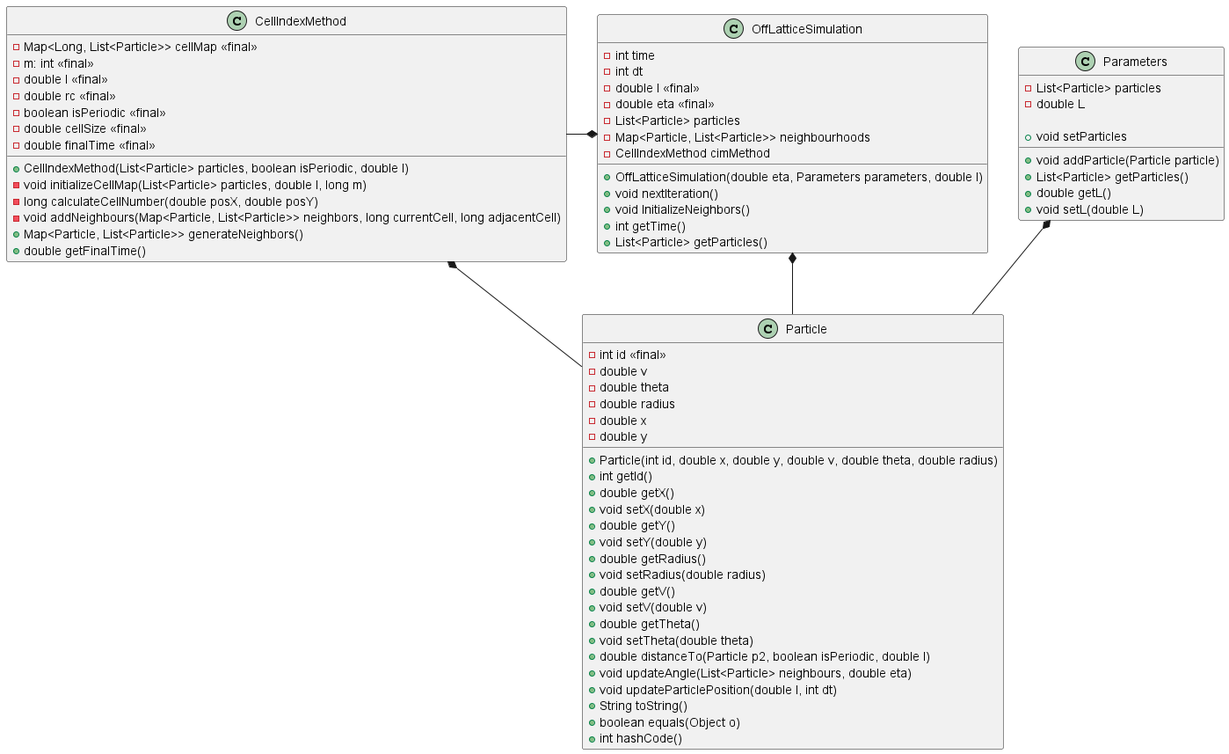
Before: TP2/docs/UML/main.png, a diagram exported from PlantUML (lucasfleischer07/TPs-SS).
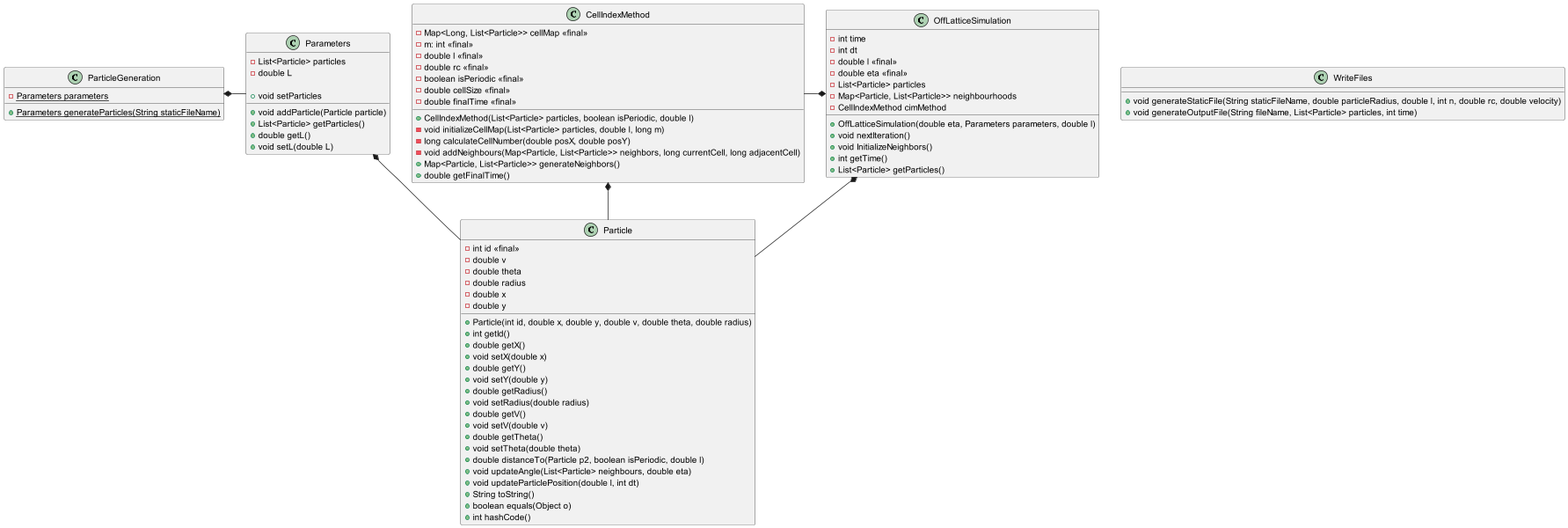
The same file after the commit.

Commit message:
Added new main img UML

What changed in the source:
```diff
@@ -3,9 +3,13 @@
 !include cellIndexMethod.puml
 !include parameters.puml
 !include offLatticeSimulation.puml
+!include particleGeneration.puml
+!include writeFiles.puml
 
 CellIndexMethod *-- Particle
 Parameters *--Particle
 OffLatticeSimulation *--Particle
 OffLatticeSimulation *-left CellIndexMethod
+Parameters -up* ParticleGeneration
+
 @enduml
```
